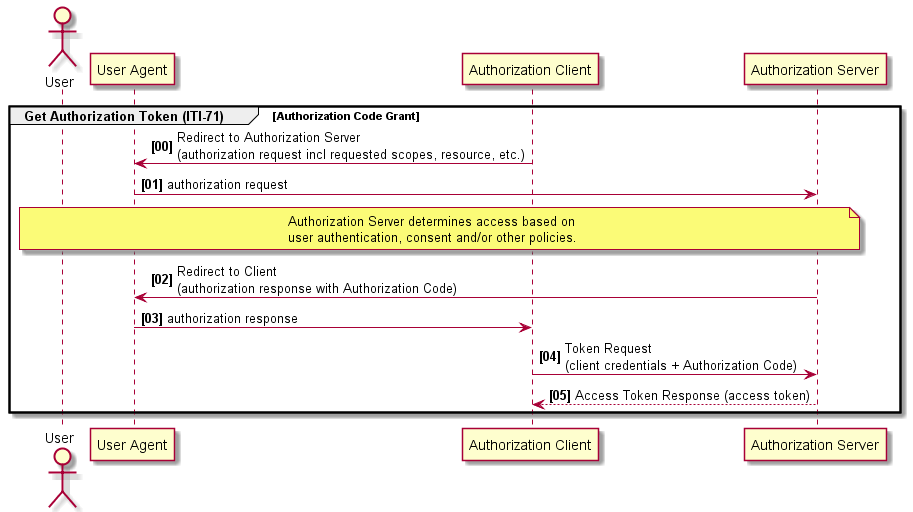
This is media/authorization-code-grant.png from IHE/ITI.IUA, a PlantUML export, as it was before one commit. Source of this version:
```plantuml
@startuml authorization-code-grant

actor User

participant "User Agent" as UserAgent
participant "Authorization Client" as Client
participant "Authorization Server" as AuthzServer

autonumber 0 1 "<b>[00]</b>"

group Get Authorization Token (ITI-71) [Authorization Code Grant]
Client -> UserAgent: Redirect to Authorization Server \n(authorization request incl requested scopes, resource, etc.)
UserAgent -> AuthzServer: authorization request

note over User, AuthzServer
  Authorization Server determines access based on
  user authentication, consent and/or other policies.
end note

AuthzServer -> UserAgent: Redirect to Client \n(authorization response with Authorization Code)
UserAgent -> Client: authorization response

Client -> AuthzServer: Token Request \n(client credentials + Authorization Code)
AuthzServer --> Client: Access Token Response (access token)
end

@enduml
```
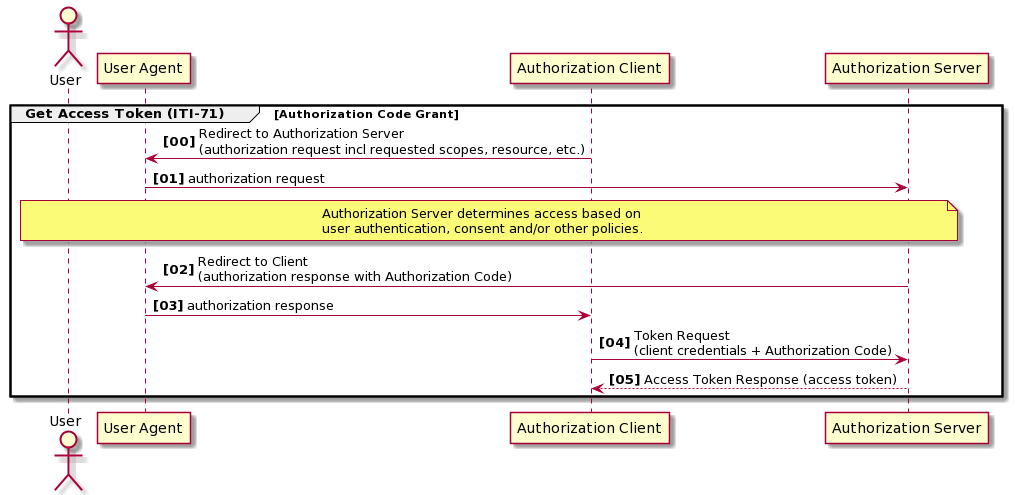
Above is the later version.

Commit message:
change Authorization Token to Access Token. closes #17

Diff of the diagram source:
```diff
@@ -1,5 +1,4 @@
-@startuml authorization-code-grant
-
+@startuml
 actor User
 
 participant "User Agent" as UserAgent
@@ -8,7 +7,7 @@
 
 autonumber 0 1 "<b>[00]</b>"
 
-group Get Authorization Token (ITI-71) [Authorization Code Grant]
+group Get Access Token (ITI-71) [Authorization Code Grant]
 Client -> UserAgent: Redirect to Authorization Server \n(authorization request incl requested scopes, resource, etc.)
 UserAgent -> AuthzServer: authorization request
 
@@ -23,5 +22,4 @@
 Client -> AuthzServer: Token Request \n(client credentials + Authorization Code)
 AuthzServer --> Client: Access Token Response (access token)
 end
-
 @enduml
```
